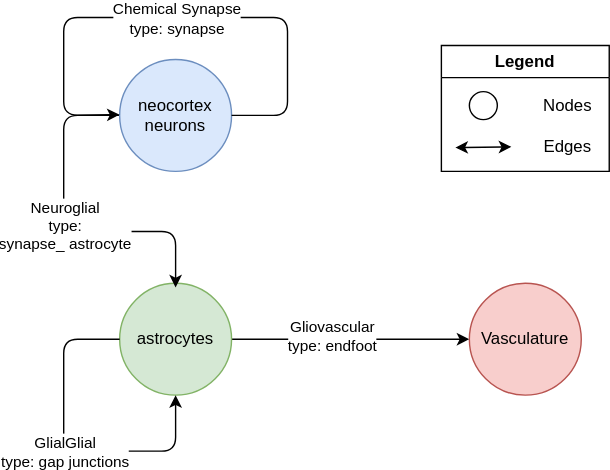
Above: docs/source/img/ngv.drawio.svg in openbraininstitute/neurodamus (draw.io), before the change. Source tidied: cells renumbered, new cells last; positions are measured from the earlier drawing's top-left corner, leaving out a move shared by most shapes. Its diagram source:
```xml
<mxGraphModel>
  <root>
    <mxCell id="0" />
    <mxCell id="1" parent="0" />
    <mxCell id="2" style="edgeStyle=none;html=1;exitX=1;exitY=0.5;exitDx=0;exitDy=0;entryX=0;entryY=0.5;entryDx=0;entryDy=0;" parent="1" edge="1" source="4" target="8">
      <mxGeometry relative="1" as="geometry" />
    </mxCell>
    <mxCell id="3" value="Gliovascular&lt;div&gt;type: endfoot&lt;/div&gt;" style="edgeLabel;html=1;align=center;verticalAlign=middle;" parent="2" vertex="1">
      <mxGeometry x="-0.16" y="3" relative="1" as="geometry" />
    </mxCell>
    <mxCell id="4" value="astrocytes" style="ellipse;whiteSpace=wrap;html=1;fillColor=#d5e8d4;strokeColor=#82b366;" parent="1" vertex="1">
      <mxGeometry x="40" y="190" width="80" height="80" as="geometry" />
    </mxCell>
    <mxCell id="5" style="edgeStyle=none;html=1;entryX=0.5;entryY=0;entryDx=0;entryDy=0;exitX=0;exitY=0.5;exitDx=0;exitDy=0;" parent="1" edge="1" source="7">
      <mxGeometry relative="1" as="geometry">
        <mxPoint x="80" y="193" as="targetPoint" />
        <Array as="points">
          <mxPoint y="70" />
          <mxPoint y="153" />
          <mxPoint x="80" y="153" />
        </Array>
      </mxGeometry>
    </mxCell>
    <mxCell id="6" value="Neuroglial&lt;div&gt;type:&amp;nbsp;&lt;/div&gt;&lt;div&gt;synapse_&lt;span style=&quot;background-color: light-dark(#ffffff, var(--ge-dark-color, #121212));&quot;&gt;astrocyte&lt;/span&gt;&lt;/div&gt;" style="edgeLabel;html=1;align=center;verticalAlign=middle;" parent="5" vertex="1">
      <mxGeometry x="-0.03" relative="1" as="geometry" />
    </mxCell>
    <mxCell id="7" value="neocortex neurons" style="ellipse;whiteSpace=wrap;html=1;fillColor=#dae8fc;strokeColor=#6c8ebf;" parent="1" vertex="1">
      <mxGeometry x="40" y="30" width="80" height="80" as="geometry" />
    </mxCell>
    <mxCell id="8" value="Vasculature" style="ellipse;whiteSpace=wrap;html=1;fillColor=#f8cecc;strokeColor=#b85450;" parent="1" vertex="1">
      <mxGeometry x="290" y="190" width="80" height="80" as="geometry" />
    </mxCell>
    <mxCell id="9" value="Legend" style="swimlane;whiteSpace=wrap;html=1;" parent="1" vertex="1">
      <mxGeometry x="270" y="20" width="120" height="90" as="geometry" />
    </mxCell>
    <mxCell id="10" value="Nodes" style="text;html=1;align=center;verticalAlign=middle;strokeColor=none;fillColor=none;" parent="9" vertex="1">
      <mxGeometry x="60" y="28" width="60" height="30" as="geometry" />
    </mxCell>
    <mxCell id="11" value="Edges" style="text;html=1;align=center;verticalAlign=middle;strokeColor=none;fillColor=none;" parent="9" vertex="1">
      <mxGeometry x="60" y="58" width="60" height="30" as="geometry" />
    </mxCell>
    <mxCell id="12" style="endArrow=classic;startArrow=classic;html=1;" parent="9" edge="1">
      <mxGeometry relative="1" as="geometry">
        <mxPoint x="10" y="73" as="sourcePoint" />
        <mxPoint x="50" y="72.5" as="targetPoint" />
      </mxGeometry>
    </mxCell>
    <mxCell id="13" style="ellipse;whiteSpace=wrap;html=1;" parent="9" vertex="1">
      <mxGeometry x="20" y="33" width="20" height="20" as="geometry" />
    </mxCell>
    <mxCell id="14" style="endArrow=classic;html=1;entryX=0;entryY=0.5;entryDx=0;entryDy=0;exitX=1;exitY=0.5;exitDx=0;exitDy=0;" parent="1" edge="1" source="7">
      <mxGeometry relative="1" as="geometry">
        <mxPoint x="40" y="69.5" as="targetPoint" />
        <Array as="points">
          <mxPoint x="160" y="70" />
          <mxPoint x="160" />
          <mxPoint />
          <mxPoint y="70" />
        </Array>
      </mxGeometry>
    </mxCell>
    <mxCell id="15" value="Chemical Synapse&lt;div&gt;type: synapse&lt;/div&gt;" style="edgeLabel;html=1;align=center;verticalAlign=middle;" parent="14" vertex="1">
      <mxGeometry relative="1" as="geometry" />
    </mxCell>
    <mxCell id="16" style="endArrow=classic;html=1;entryX=0.5;entryY=1;entryDx=0;entryDy=0;exitX=0;exitY=0.5;exitDx=0;exitDy=0;" parent="1" edge="1" source="4" target="4">
      <mxGeometry relative="1" as="geometry">
        <Array as="points">
          <mxPoint y="230" />
          <mxPoint y="310" />
          <mxPoint x="40" y="310" />
          <mxPoint x="80" y="310" />
        </Array>
      </mxGeometry>
    </mxCell>
    <mxCell id="17" value="GlialGlial&lt;div&gt;type: gap junctions&lt;/div&gt;" style="edgeLabel;html=1;align=center;verticalAlign=middle;" parent="16" vertex="1">
      <mxGeometry relative="1" as="geometry" />
    </mxCell>
  </root>
</mxGraphModel>
```
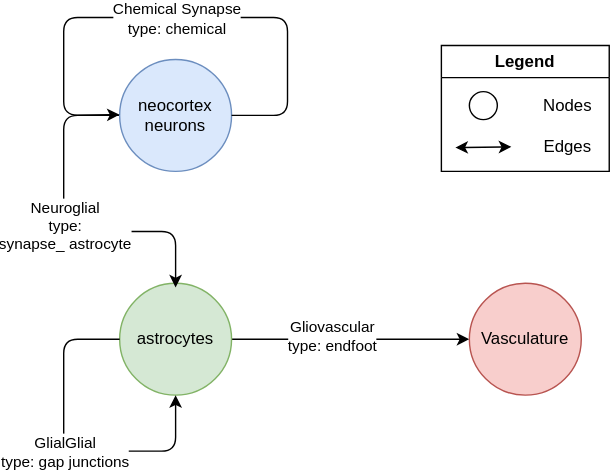
The same diagram one commit later.

The edit, as a diff of the source:
```diff
@@ -59,7 +59,7 @@
         </Array>
       </mxGeometry>
     </mxCell>
-    <mxCell id="15" value="Chemical Synapse&lt;div&gt;type: synapse&lt;/div&gt;" style="edgeLabel;html=1;align=center;verticalAlign=middle;" parent="14" vertex="1">
+    <mxCell id="15" value="Chemical Synapse&lt;div&gt;type: chemical&lt;/div&gt;" style="edgeLabel;html=1;align=center;verticalAlign=middle;" parent="14" vertex="1">
       <mxGeometry relative="1" as="geometry" />
     </mxCell>
     <mxCell id="16" style="endArrow=classic;html=1;entryX=0.5;entryY=1;entryDx=0;entryDy=0;exitX=0;exitY=0.5;exitDx=0;exitDy=0;" parent="1" edge="1" source="4" target="4">
```
